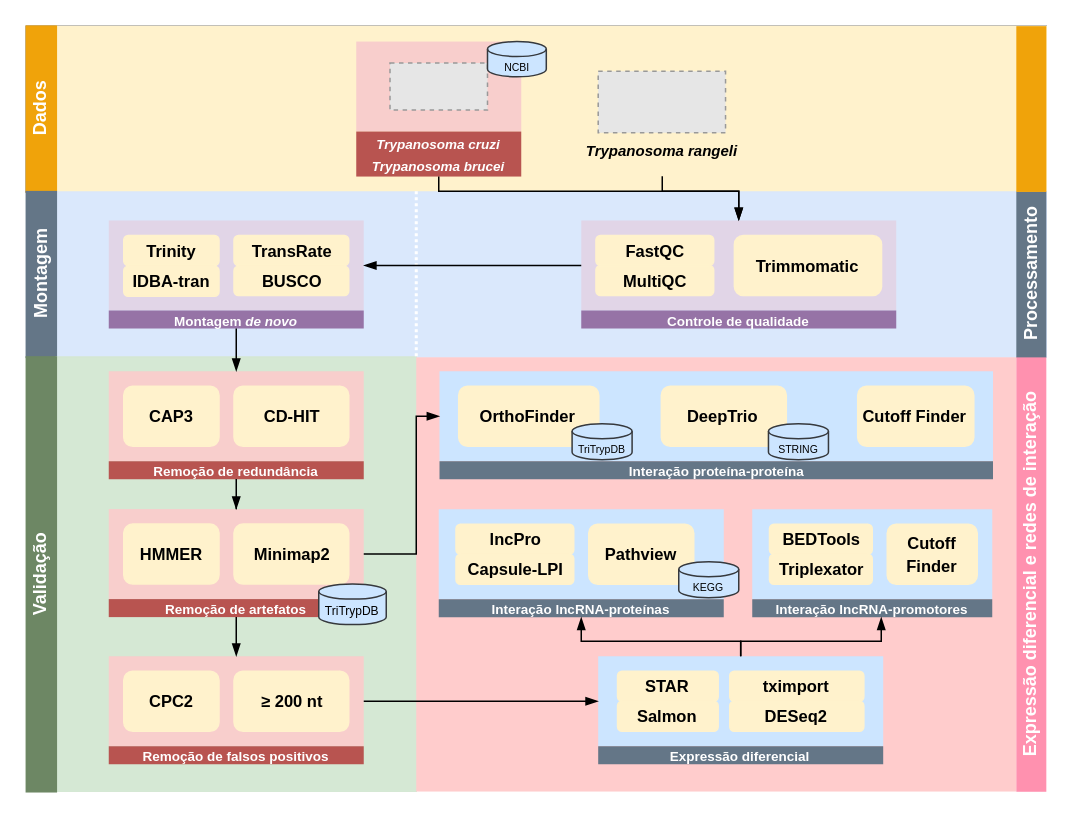
Above: ufsc/ppgbtc-doutorado/workflow_rnaseq_trangeli.drawio in ekazuo/draw-io (draw.io), before the change. Source tidied: cells renumbered, new cells numbered last; positions are measured from the earlier drawing's top-left corner, leaving out a move shared by most shapes. Both pictures are drawn from the tidied source at 150%, with x=0, y=0 at pixel (-177, 26). Pictures stored in the file or linked from it are replaced by grey dashed boxes.
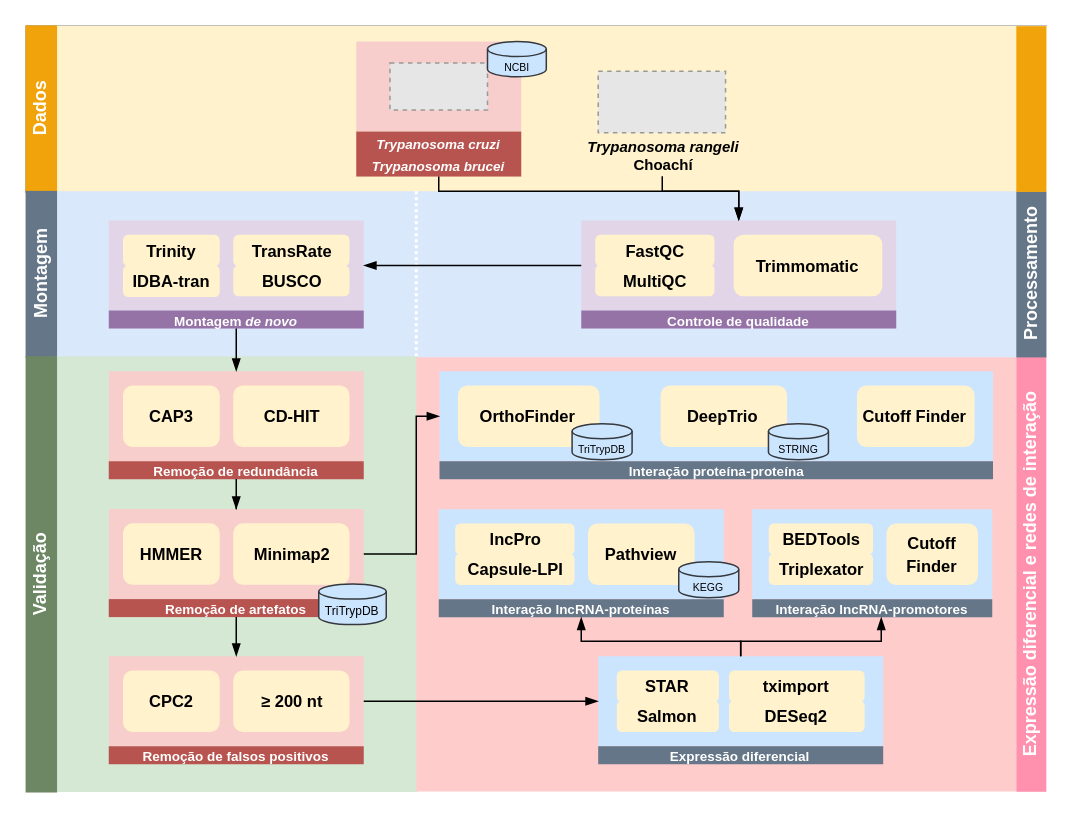
The same page after the edit.

The edit, as a diff of the source:
```diff
@@
-    <mxCell id="32" value="&lt;div style=&quot;font-size: 10px;&quot;&gt;&lt;b&gt;&lt;font style=&quot;font-size: 10px;&quot;&gt;&lt;i&gt;Trypanosoma rangeli&lt;br&gt;&lt;/i&gt;&lt;/font&gt;&lt;/b&gt;&lt;/div&gt;" style="text;html=1;strokeColor=none;fillColor=none;align=center;verticalAlign=middle;whiteSpace=wrap;rounded=0;" parent="1" vertex="1">
-      <mxGeometry x="505" y="72.8" width="107.5" height="19.5" as="geometry" />
+    <mxCell id="32" value="&lt;div style=&quot;font-size: 10px;&quot;&gt;&lt;b&gt;&lt;font style=&quot;font-size: 10px;&quot;&gt;&lt;i&gt;Trypanosoma rangeli&lt;/i&gt;&lt;/font&gt;&lt;/b&gt;&lt;/div&gt;&lt;div style=&quot;font-size: 10px;&quot;&gt;&lt;b&gt;&lt;font style=&quot;font-size: 10px;&quot;&gt;Choachí&lt;br&gt;&lt;/font&gt;&lt;/b&gt;&lt;/div&gt;" style="text;html=1;strokeColor=none;fillColor=none;align=center;verticalAlign=middle;whiteSpace=wrap;rounded=0;" parent="1" vertex="1">
+      <mxGeometry x="505.5" y="72.8" width="107.5" height="27.2" as="geometry" />
     </mxCell>
```
